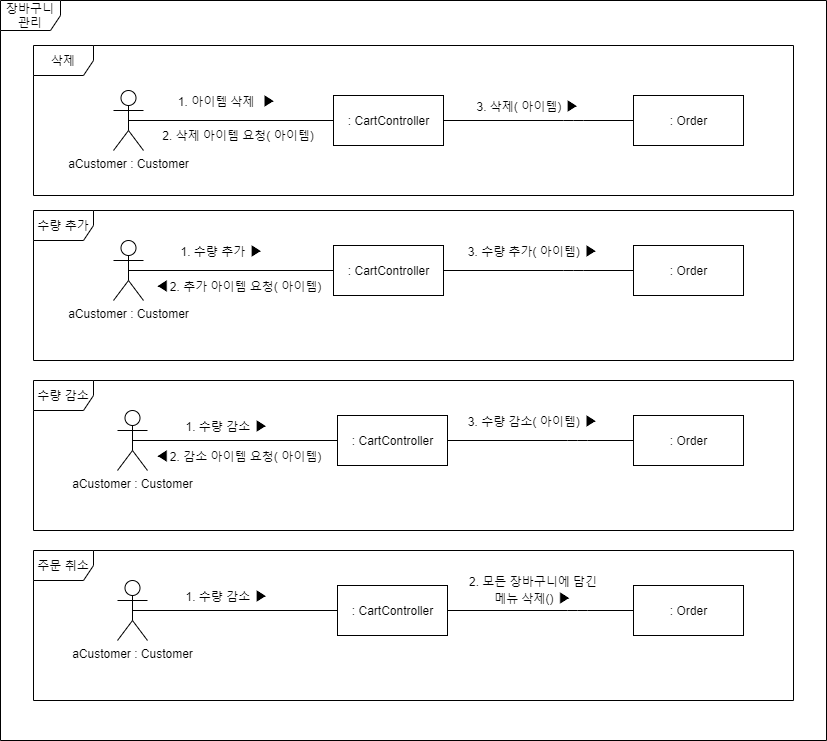
distroytest/KNUSD-20202-Team05 keeps this draw.io diagram as 상세명세서/Behavioral Model/communication diagram/장바구니 관리.png. Above is the earlier version. Source tidied: cells renumbered, new cells last; positions are measured from the earlier drawing's top-left corner, leaving out a move shared by most shapes.
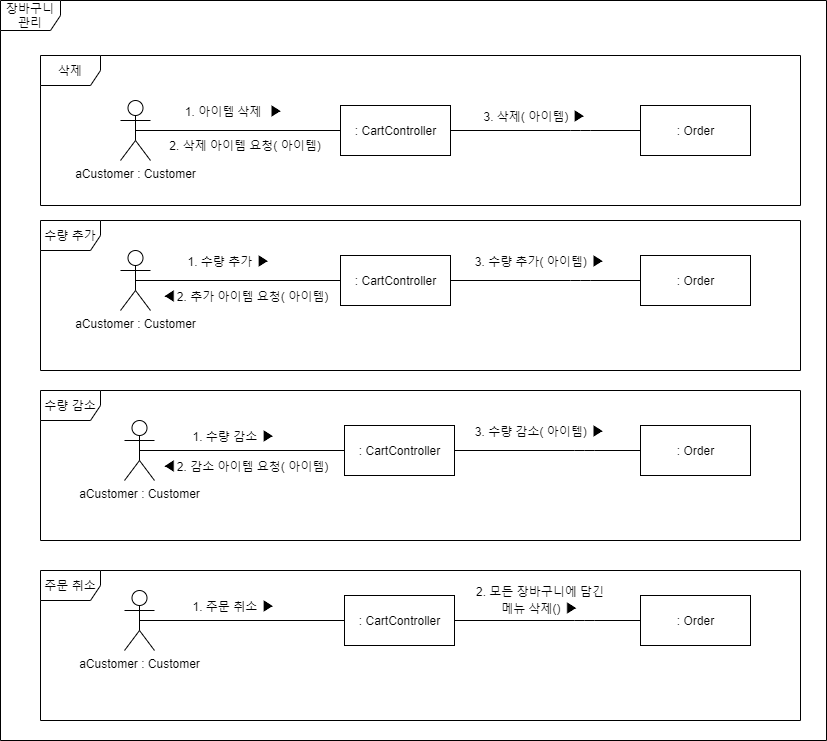
The same file after the commit.

Commit message:
Update 장바구니 관리.png

Diff of the diagram source:
```diff
@@ -101,7 +101,7 @@
       <mxGeometry x="33" y="380" width="760" height="150" as="geometry" />
     </mxCell>
     <mxCell id="29" value="장바구니 관리" style="shape=umlFrame;whiteSpace=wrap;html=1;" parent="1" vertex="1">
-      <mxGeometry width="826" height="740" as="geometry" />
+      <mxGeometry x="-7" y="-10" width="826" height="740" as="geometry" />
     </mxCell>
     <mxCell id="30" value="aCustomer : Customer" style="shape=umlActor;verticalLabelPosition=bottom;verticalAlign=top;html=1;" parent="1" vertex="1">
       <mxGeometry x="117" y="580" width="30" height="60" as="geometry" />
@@ -124,14 +124,14 @@
     <mxCell id="34" value=": Order" style="html=1;" parent="1" vertex="1">
       <mxGeometry x="633" y="585" width="110" height="50" as="geometry" />
     </mxCell>
-    <mxCell id="35" value="1. 수량 감소&amp;nbsp;&lt;span style=&quot;font-family: , sans-serif ; font-size: 15px ; background-color: rgb(255 , 255 , 255)&quot;&gt;▶&lt;/span&gt;" style="text;html=1;strokeColor=none;fillColor=none;align=center;verticalAlign=middle;whiteSpace=wrap;rounded=0;" parent="1" vertex="1">
+    <mxCell id="35" value="1. 주문 취소&amp;nbsp;&lt;span style=&quot;font-family: , sans-serif ; font-size: 15px ; background-color: rgb(255 , 255 , 255)&quot;&gt;▶&lt;/span&gt;" style="text;html=1;strokeColor=none;fillColor=none;align=center;verticalAlign=middle;whiteSpace=wrap;rounded=0;" parent="1" vertex="1">
       <mxGeometry x="147" y="585" width="160" height="20" as="geometry" />
     </mxCell>
     <mxCell id="36" value="2. 모든 장바구니에 담긴 메뉴 삭제()&amp;nbsp;&lt;span style=&quot;font-size: 15px ; background-color: rgb(255 , 255 , 255)&quot;&gt;▶&lt;/span&gt;" style="text;html=1;strokeColor=none;fillColor=none;align=center;verticalAlign=middle;whiteSpace=wrap;rounded=0;" parent="1" vertex="1">
       <mxGeometry x="463" y="580" width="140" height="20" as="geometry" />
     </mxCell>
     <mxCell id="37" value="주문 취소" style="shape=umlFrame;whiteSpace=wrap;html=1;" parent="1" vertex="1">
-      <mxGeometry x="33" y="550" width="760" height="150" as="geometry" />
+      <mxGeometry x="33" y="560" width="760" height="150" as="geometry" />
     </mxCell>
   </root>
 </mxGraphModel>
```
